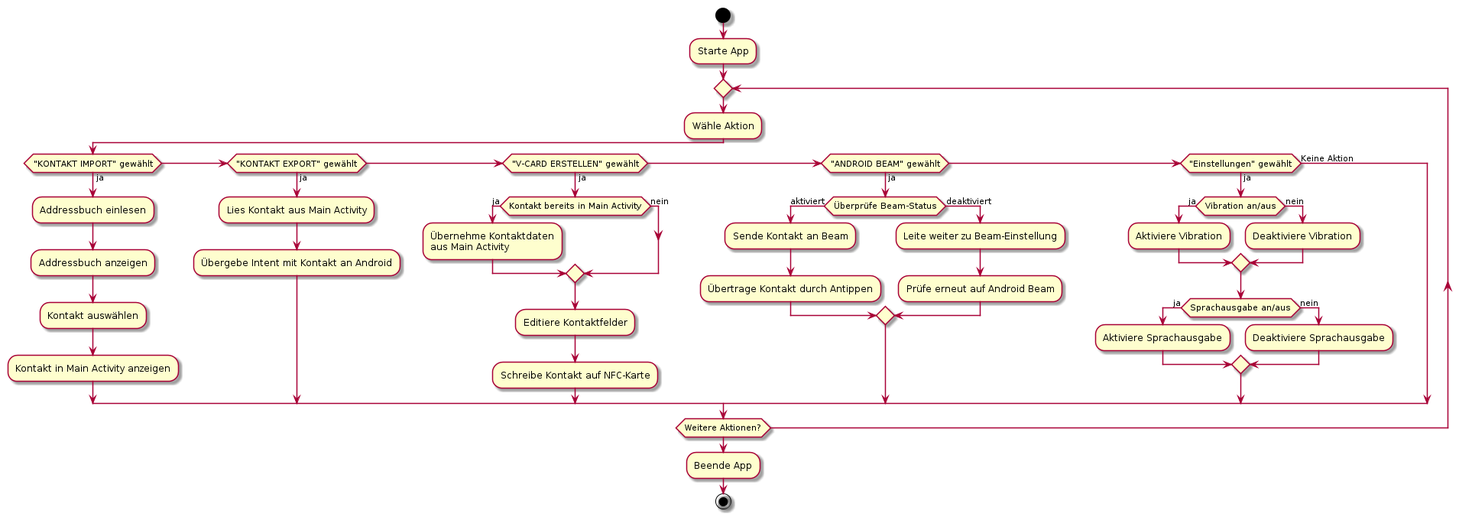
The PlantUML diagram UML/general_activity.png in NFCdroid/doku, before a commit.
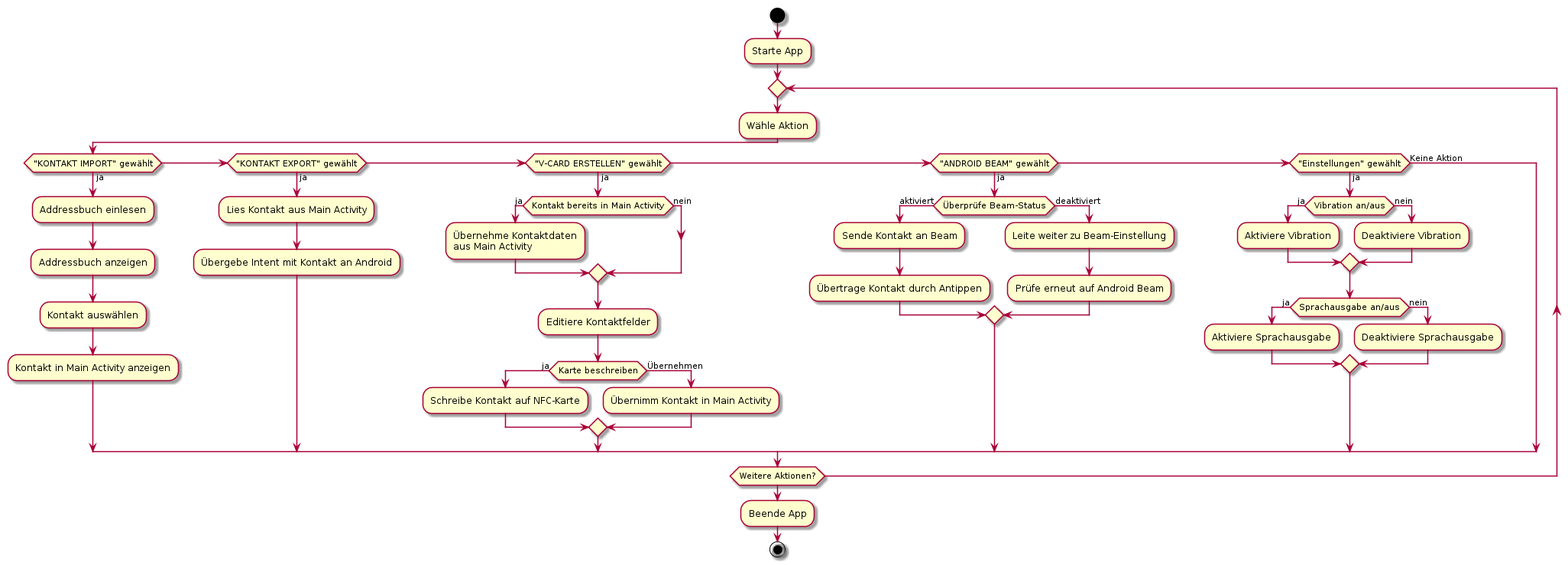
The same file after the commit.

Commit message:
Aktivitätsdiagramm angepasst + UML finalisiert

What changed in the source:
```diff
@@ -20,7 +20,11 @@
     else (nein)
     endif
     :Editiere Kontaktfelder;
-    :Schreibe Kontakt auf NFC-Karte;
+    if (Karte beschreiben) then (ja)
+		:Schreibe Kontakt auf NFC-Karte;
+	else (Übernehmen)
+		:Übernimm Kontakt in Main Activity;
+	endif
 elseif ("ANDROID BEAM" gewählt) then (ja)
     if (Überprüfe Beam-Status) then (aktiviert)
             :Sende Kontakt an Beam;
```
